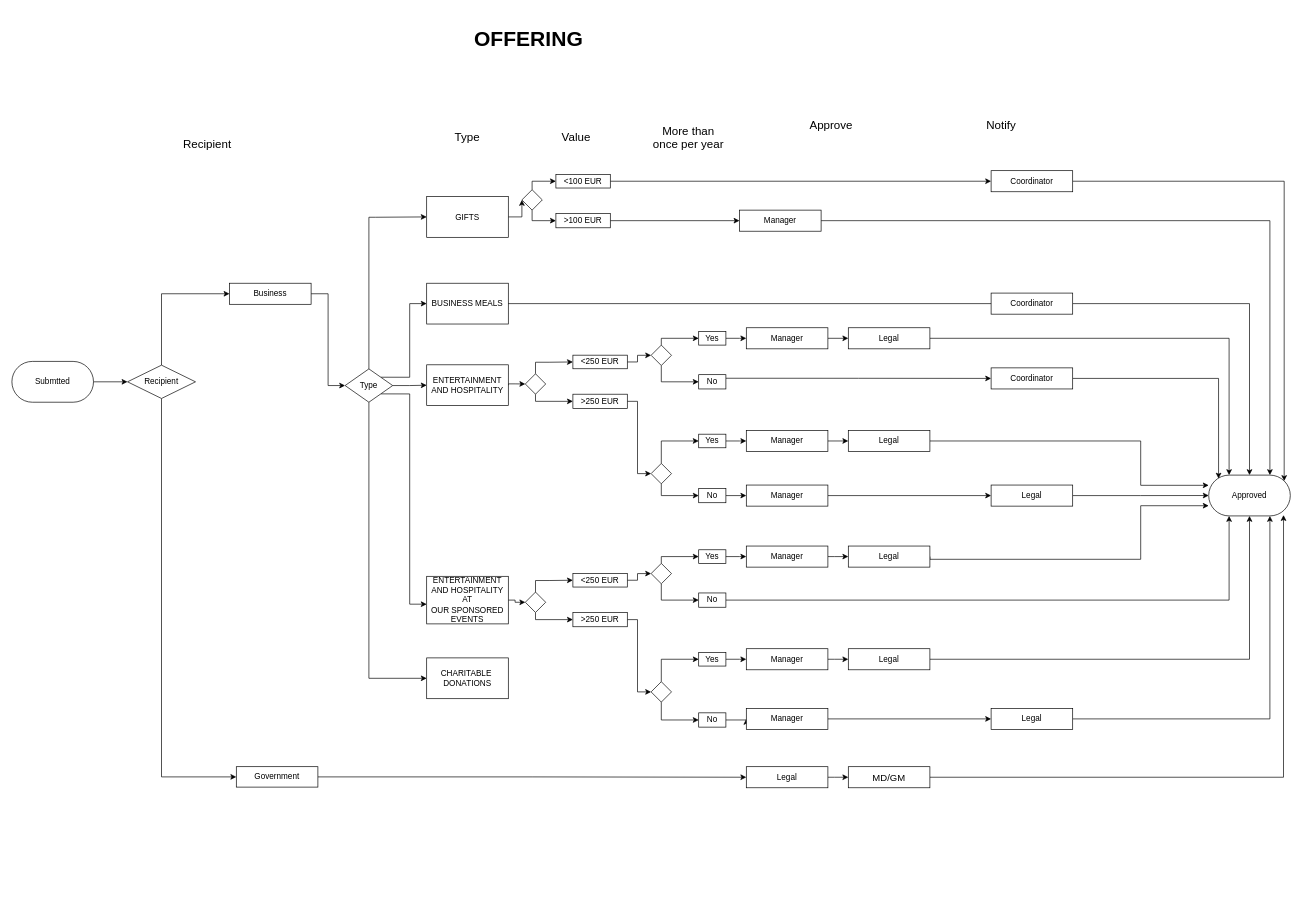
Earlier version of the draw.io diagram Diagrams/Offering.drawio (unteez/HKN-GEH). Source tidied: cells renumbered, new cells numbered last; positions are measured from the earlier drawing's top-left corner, leaving out a move shared by most shapes. Both pictures are drawn from the tidied source at 68%, with x=0, y=0 at pixel (12, 32).
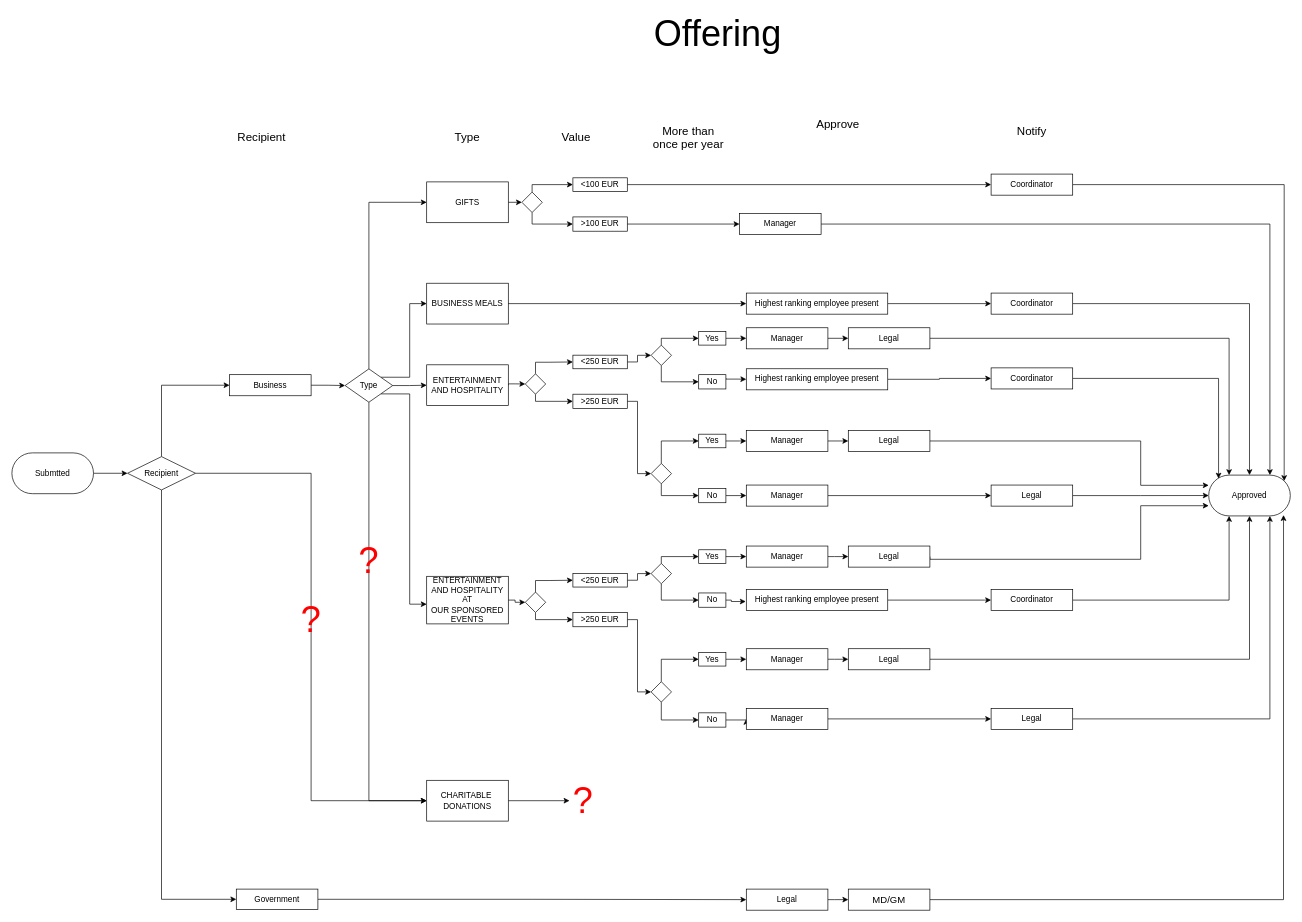
After the change.

The change refers to these unchanged cells:
```xml
<mxCell id="9" value="Type" style="rhombus;whiteSpace=wrap;html=1;" parent="1" vertex="1">
  <mxGeometry x="490" y="495" width="70" height="49" as="geometry" />
</mxCell>
<mxCell id="13" value="BUSINESS MEALS" style="rounded=0;whiteSpace=wrap;html=1;" parent="1" vertex="1">
  <mxGeometry x="610" y="369" width="120" height="60" as="geometry" />
</mxCell>
<mxCell id="36" value="Approved" style="rounded=1;whiteSpace=wrap;html=1;fontSize=12;arcSize=50;" parent="1" vertex="1">
  <mxGeometry x="1760" y="651.2" width="120" height="60" as="geometry" />
</mxCell>
<mxCell id="71" value="No" style="rounded=0;whiteSpace=wrap;html=1;fontSize=12;" parent="1" vertex="1">
  <mxGeometry x="1010" y="503.5" width="40" height="21" as="geometry" />
</mxCell>
<mxCell id="103" value="No" style="rounded=0;whiteSpace=wrap;html=1;fontSize=12;" parent="1" vertex="1">
  <mxGeometry x="1010" y="824.5" width="40" height="21" as="geometry" />
</mxCell>
<mxCell id="116" value="Coordinator" style="rounded=0;whiteSpace=wrap;html=1;fontSize=12;" parent="1" vertex="1">
  <mxGeometry x="1440" y="493.5" width="120" height="31" as="geometry" />
</mxCell>
<mxCell id="117" value="Coordinator" style="rounded=0;whiteSpace=wrap;html=1;fontSize=12;" parent="1" vertex="1">
  <mxGeometry x="1440" y="383.5" width="120" height="31" as="geometry" />
</mxCell>
```

Diff of the diagram source:
```diff
@@
     <mxCell id="3" value="Submtted" style="rounded=1;whiteSpace=wrap;html=1;arcSize=50;" parent="1" vertex="1">
-      <mxGeometry y="484" width="120" height="60" as="geometry" />
+      <mxGeometry y="618.5" width="120" height="60" as="geometry" />
     </mxCell>
@@
     <mxCell id="5" style="edgeStyle=orthogonalEdgeStyle;rounded=0;jettySize=auto;html=1;exitX=0.5;exitY=0;exitDx=0;exitDy=0;entryX=0;entryY=0.5;entryDx=0;entryDy=0;fontSize=17;" parent="1" edge="1" source="9" target="11">
       <mxGeometry relative="1" as="geometry">
         <Array as="points">
-          <mxPoint x="535" y="272" />
-          <mxPoint x="610" y="272" />
+          <mxPoint x="525" y="250" />
         </Array>
       </mxGeometry>
     </mxCell>
@@
     <mxCell id="11" value="GIFTS" style="rounded=0;whiteSpace=wrap;html=1;" parent="1" vertex="1">
-      <mxGeometry x="610" y="241.5" width="120" height="60" as="geometry" />
+      <mxGeometry x="610" y="220" width="120" height="60" as="geometry" />
     </mxCell>
@@
+    <mxCell id="119" style="edgeStyle=orthogonalEdgeStyle;rounded=0;jettySize=auto;html=1;exitX=1;exitY=0.5;exitDx=0;exitDy=0;fontSize=53;fontColor=#FF0000;" parent="1" edge="1" source="18" target="121">
+      <mxGeometry relative="1" as="geometry" />
+    </mxCell>
     <mxCell id="18" value="&lt;div&gt;&lt;span style=&quot;white-space: pre&quot;&gt;CHARITABLE &lt;/span&gt;&lt;/div&gt;&lt;div&gt;&lt;span style=&quot;white-space: pre&quot;&gt;DONATIONS&lt;/span&gt;&lt;/div&gt;" style="rounded=0;html=1;whiteSpace=wrap;" parent="1" vertex="1">
-      <mxGeometry x="610" y="920" width="120" height="60" as="geometry" />
+      <mxGeometry x="610" y="1100" width="120" height="60" as="geometry" />
     </mxCell>
@@
     <mxCell id="22" value="Recipient" style="text;whiteSpace=wrap;html=1;fontSize=17;" parent="1" vertex="1">
-      <mxGeometry x="250" y="149" width="140" height="40" as="geometry" />
+      <mxGeometry x="330" y="139" width="140" height="40" as="geometry" />
     </mxCell>
-    <mxCell id="23" value="OFFERING" style="text;html=1;strokeColor=none;fillColor=none;align=center;verticalAlign=middle;whiteSpace=wrap;rounded=0;fontSize=31;fontStyle=1;" parent="1" vertex="1">
-      <mxGeometry x="740" width="40" height="20" as="geometry" />
-    </mxCell>
     <mxCell id="24" value="&lt;div&gt;Approve&lt;/div&gt;&lt;div&gt;&lt;br&gt;&lt;/div&gt;" style="text;html=1;strokeColor=none;fillColor=none;align=center;verticalAlign=top;whiteSpace=wrap;rounded=0;fontSize=17;horizontal=1;" parent="1" vertex="1">
-      <mxGeometry x="1150" y="120" width="110" height="40" as="geometry" />
+      <mxGeometry x="1160" y="119" width="110" height="40" as="geometry" />
     </mxCell>
@@
     <mxCell id="26" value="&lt;font style=&quot;font-size: 12px;&quot;&gt;Government&lt;/font&gt;" style="rounded=0;whiteSpace=wrap;html=1;fontSize=12;" parent="1" vertex="1">
-      <mxGeometry x="330" y="1080" width="120" height="30" as="geometry" />
+      <mxGeometry x="330" y="1260" width="120" height="30" as="geometry" />
     </mxCell>
@@
     <mxCell id="28" value="Business" style="rounded=0;whiteSpace=wrap;html=1;fontSize=12;" parent="1" vertex="1">
-      <mxGeometry x="320" y="369" width="120" height="31" as="geometry" />
+      <mxGeometry x="320" y="503.5" width="120" height="31" as="geometry" />
     </mxCell>
     <mxCell id="29" style="edgeStyle=orthogonalEdgeStyle;rounded=0;jettySize=auto;html=1;exitX=0.5;exitY=0;exitDx=0;exitDy=0;entryX=0;entryY=0.5;entryDx=0;entryDy=0;fontSize=12;" parent="1" edge="1" source="31" target="33">
       <mxGeometry relative="1" as="geometry">
         <Array as="points">
-          <mxPoint x="765" y="219.5" />
-          <mxPoint x="800" y="219.5" />
+          <mxPoint x="765" y="224" />
         </Array>
       </mxGeometry>
     </mxCell>
     <mxCell id="30" style="edgeStyle=orthogonalEdgeStyle;rounded=0;jettySize=auto;html=1;exitX=0.5;exitY=1;exitDx=0;exitDy=0;entryX=0;entryY=0.5;entryDx=0;entryDy=0;fontSize=12;" parent="1" edge="1" source="31" target="35">
       <mxGeometry relative="1" as="geometry">
         <Array as="points">
-          <mxPoint x="765" y="277" />
+          <mxPoint x="765" y="282" />
         </Array>
       </mxGeometry>
     </mxCell>
     <mxCell id="31" style="rhombus;whiteSpace=wrap;html=1;fontSize=17;" parent="1" vertex="1">
-      <mxGeometry x="750" y="231.5" width="30" height="30" as="geometry" />
+      <mxGeometry x="750" y="235" width="30" height="30" as="geometry" />
     </mxCell>
@@
     <mxCell id="33" value="&amp;lt;100 EUR" style="rounded=0;whiteSpace=wrap;html=1;fontSize=12;" parent="1" vertex="1">
-      <mxGeometry x="800" y="209" width="80" height="20" as="geometry" />
+      <mxGeometry x="825" y="214" width="80" height="20" as="geometry" />
     </mxCell>
@@
     <mxCell id="35" value="&amp;gt;100 EUR" style="rounded=0;whiteSpace=wrap;html=1;fontSize=12;" parent="1" vertex="1">
-      <mxGeometry x="800" y="266.5" width="80" height="21" as="geometry" />
+      <mxGeometry x="825" y="271.5" width="80" height="21" as="geometry" />
     </mxCell>
@@
+    <mxCell id="120" style="edgeStyle=orthogonalEdgeStyle;rounded=0;jettySize=auto;html=1;exitX=1;exitY=0.5;exitDx=0;exitDy=0;entryX=0;entryY=0.5;entryDx=0;entryDy=0;fontSize=53;fontColor=#FF0000;endArrow=classic;endFill=1;" parent="1" edge="1" source="39" target="18">
+      <mxGeometry relative="1" as="geometry" />
+    </mxCell>
     <mxCell id="39" value="Recipient" style="rhombus;whiteSpace=wrap;html=1;" parent="1" vertex="1">
-      <mxGeometry x="170" y="489.5" width="100" height="49" as="geometry" />
+      <mxGeometry x="170" y="624" width="100" height="49" as="geometry" />
     </mxCell>
@@
     <mxCell id="41" value="Manager" style="rounded=0;whiteSpace=wrap;html=1;fontSize=12;" parent="1" vertex="1">
-      <mxGeometry x="1070" y="261.5" width="120" height="31" as="geometry" />
+      <mxGeometry x="1070" y="266.5" width="120" height="31" as="geometry" />
     </mxCell>
     <mxCell id="42" value="Notify" style="text;html=1;strokeColor=none;fillColor=none;align=center;verticalAlign=top;whiteSpace=wrap;rounded=0;fontSize=17;horizontal=1;" parent="1" vertex="1">
-      <mxGeometry x="1400" y="120" width="110" height="40" as="geometry" />
+      <mxGeometry x="1445" y="129" width="110" height="40" as="geometry" />
     </mxCell>
@@
-    <mxCell id="70" style="edgeStyle=orthogonalEdgeStyle;rounded=0;jettySize=auto;html=1;exitX=1;exitY=0.25;exitDx=0;exitDy=0;fontSize=17;entryX=0;entryY=0.5;entryDx=0;entryDy=0;" parent="1" edge="1" source="71" target="116">
-      <mxGeometry relative="1" as="geometry" />
+    <mxCell id="70" style="edgeStyle=orthogonalEdgeStyle;rounded=0;jettySize=auto;html=1;exitX=1;exitY=0.25;exitDx=0;exitDy=0;fontSize=17;entryX=0;entryY=0.5;entryDx=0;entryDy=0;" parent="1" edge="1" source="71" target="128">
+      <mxGeometry relative="1" as="geometry">
+        <Array as="points">
+          <mxPoint x="1050" y="510" />
+          <mxPoint x="1068" y="510" />
+        </Array>
+      </mxGeometry>
     </mxCell>
@@
-    <mxCell id="102" style="edgeStyle=orthogonalEdgeStyle;rounded=0;jettySize=auto;html=1;exitX=1;exitY=0.5;exitDx=0;exitDy=0;fontSize=53;fontColor=#FF0000;entryX=0.25;entryY=1;entryDx=0;entryDy=0;" parent="1" edge="1" source="103" target="36">
+    <mxCell id="102" style="edgeStyle=orthogonalEdgeStyle;rounded=0;jettySize=auto;html=1;exitX=1;exitY=0.5;exitDx=0;exitDy=0;fontSize=53;fontColor=#FF0000;entryX=0.25;entryY=1;entryDx=0;entryDy=0;startArrow=none;" parent="1" edge="1" source="122" target="36">
       <mxGeometry relative="1" as="geometry" />
     </mxCell>
@@
     <mxCell id="109" style="edgeStyle=orthogonalEdgeStyle;rounded=0;jettySize=auto;html=1;exitX=1;exitY=0.5;exitDx=0;exitDy=0;fontSize=17;entryX=0;entryY=0.5;entryDx=0;entryDy=0;" parent="1" edge="1" source="110" target="112">
       <mxGeometry relative="1" as="geometry">
         <Array as="points">
-          <mxPoint x="1210" y="1095.5" />
-          <mxPoint x="1210" y="1095.5" />
+          <mxPoint x="1210" y="1275.5" />
+          <mxPoint x="1210" y="1275.5" />
         </Array>
       </mxGeometry>
     </mxCell>
     <mxCell id="110" value="Legal" style="rounded=0;whiteSpace=wrap;html=1;fontSize=12;" parent="1" vertex="1">
-      <mxGeometry x="1080" y="1080" width="120" height="31" as="geometry" />
+      <mxGeometry x="1080" y="1260" width="120" height="31" as="geometry" />
     </mxCell>
@@
     <mxCell id="112" value="&lt;div style=&quot;box-sizing: border-box ; font-family: &amp;#34;segoe ui&amp;#34; , , &amp;#34;apple color emoji&amp;#34; , &amp;#34;segoe ui emoji&amp;#34; , sans-serif ; font-size: 14px ; font-style: normal ; font-weight: 400 ; letter-spacing: normal ; text-indent: 0px ; text-transform: none ; word-spacing: 0px&quot;&gt;MD/GM&lt;/div&gt;" style="rounded=0;whiteSpace=wrap;html=1;fontSize=12;" parent="1" vertex="1">
-      <mxGeometry x="1230" y="1080" width="120" height="31" as="geometry" />
+      <mxGeometry x="1230" y="1260" width="120" height="31" as="geometry" />
     </mxCell>
@@
     <mxCell id="114" value="Coordinator" style="rounded=0;whiteSpace=wrap;html=1;fontSize=12;" parent="1" vertex="1">
-      <mxGeometry x="1440" y="203.5" width="120" height="31" as="geometry" />
+      <mxGeometry x="1440" y="208.5" width="120" height="31" as="geometry" />
     </mxCell>
@@
-    <mxCell id="118" style="edgeStyle=orthogonalEdgeStyle;rounded=0;jettySize=auto;html=1;exitX=1;exitY=0.5;exitDx=0;exitDy=0;fontSize=12;entryX=0;entryY=0.5;entryDx=0;entryDy=0;endArrow=none;" parent="1" edge="1" source="13" target="117">
+    <mxCell id="118" style="edgeStyle=orthogonalEdgeStyle;rounded=0;jettySize=auto;html=1;exitX=1;exitY=0.5;exitDx=0;exitDy=0;fontSize=12;entryX=0;entryY=0.5;entryDx=0;entryDy=0;endArrow=classic;endFill=1;" parent="1" edge="1" source="13" target="130">
       <mxGeometry relative="1" as="geometry" />
     </mxCell>
+    <mxCell id="121" value="?" style="text;html=1;strokeColor=none;fillColor=none;align=center;verticalAlign=middle;whiteSpace=wrap;rounded=0;fontSize=53;fontColor=#FF0000;" parent="1" vertex="1">
+      <mxGeometry x="820" y="1120" width="40" height="20" as="geometry" />
+    </mxCell>
+    <mxCell id="122" value="Coordinator" style="rounded=0;whiteSpace=wrap;html=1;fontSize=12;" parent="1" vertex="1">
+      <mxGeometry x="1440" y="819.5" width="120" height="31" as="geometry" />
+    </mxCell>
+    <mxCell id="123" style="edgeStyle=orthogonalEdgeStyle;rounded=0;jettySize=auto;html=1;exitX=1;exitY=0.5;exitDx=0;exitDy=0;fontSize=53;fontColor=#FF0000;endArrow=classic;endFill=1;startArrow=none;" parent="1" edge="1" source="131">
+      <mxGeometry relative="1" as="geometry">
+        <mxPoint x="1440" y="835" as="targetPoint" />
+        <Array as="points">
+          <mxPoint x="1430" y="835" />
+        </Array>
+      </mxGeometry>
+    </mxCell>
+    <mxCell id="124" value="?" style="text;html=1;strokeColor=none;fillColor=none;align=center;verticalAlign=middle;whiteSpace=wrap;rounded=0;fontSize=53;fontColor=#FF0000;" parent="1" vertex="1">
+      <mxGeometry x="420" y="853.8" width="40" height="20" as="geometry" />
+    </mxCell>
+    <mxCell id="125" value="?" style="text;html=1;strokeColor=none;fillColor=none;align=center;verticalAlign=middle;whiteSpace=wrap;rounded=0;fontSize=53;fontColor=#FF0000;" parent="1" vertex="1">
+      <mxGeometry x="505" y="766.5" width="40" height="20" as="geometry" />
+    </mxCell>
+    <mxCell id="126" value="Offering" style="text;html=1;strokeColor=none;fillColor=none;align=center;verticalAlign=middle;whiteSpace=wrap;rounded=0;fontSize=53;" parent="1" vertex="1">
+      <mxGeometry x="1018" y="-8" width="40" height="20" as="geometry" />
+    </mxCell>
+    <mxCell id="127" style="edgeStyle=orthogonalEdgeStyle;rounded=0;jettySize=auto;html=1;exitX=1;exitY=0.5;exitDx=0;exitDy=0;entryX=0;entryY=0.5;entryDx=0;entryDy=0;" parent="1" edge="1" source="128" target="116">
+      <mxGeometry relative="1" as="geometry" />
+    </mxCell>
+    <mxCell id="128" value="Highest ranking employee present" style="rounded=0;whiteSpace=wrap;html=1;fontSize=12;" parent="1" vertex="1">
+      <mxGeometry x="1080" y="494.8" width="208" height="31" as="geometry" />
+    </mxCell>
+    <mxCell id="129" style="edgeStyle=orthogonalEdgeStyle;rounded=0;jettySize=auto;html=1;exitX=1;exitY=0.5;exitDx=0;exitDy=0;entryX=0;entryY=0.5;entryDx=0;entryDy=0;" parent="1" edge="1" source="130" target="117">
+      <mxGeometry relative="1" as="geometry" />
+    </mxCell>
+    <mxCell id="130" value="Highest ranking employee present" style="rounded=0;whiteSpace=wrap;html=1;fontSize=12;" parent="1" vertex="1">
+      <mxGeometry x="1080" y="383.5" width="208" height="31" as="geometry" />
+    </mxCell>
+    <mxCell id="131" value="Highest ranking employee present" style="rounded=0;whiteSpace=wrap;html=1;fontSize=12;" parent="1" vertex="1">
+      <mxGeometry x="1080" y="819.5" width="208" height="31" as="geometry" />
+    </mxCell>
+    <mxCell id="132" style="edgeStyle=orthogonalEdgeStyle;rounded=0;jettySize=auto;html=1;exitX=1;exitY=0.5;exitDx=0;exitDy=0;fontSize=53;fontColor=#FF0000;endArrow=classic;endFill=1;entryX=-0.004;entryY=0.567;entryDx=0;entryDy=0;entryPerimeter=0;" parent="1" edge="1" source="103" target="131">
+      <mxGeometry relative="1" as="geometry">
+        <Array as="points">
+          <mxPoint x="1058" y="835" />
+          <mxPoint x="1058" y="837" />
+        </Array>
+      </mxGeometry>
+    </mxCell>
```
